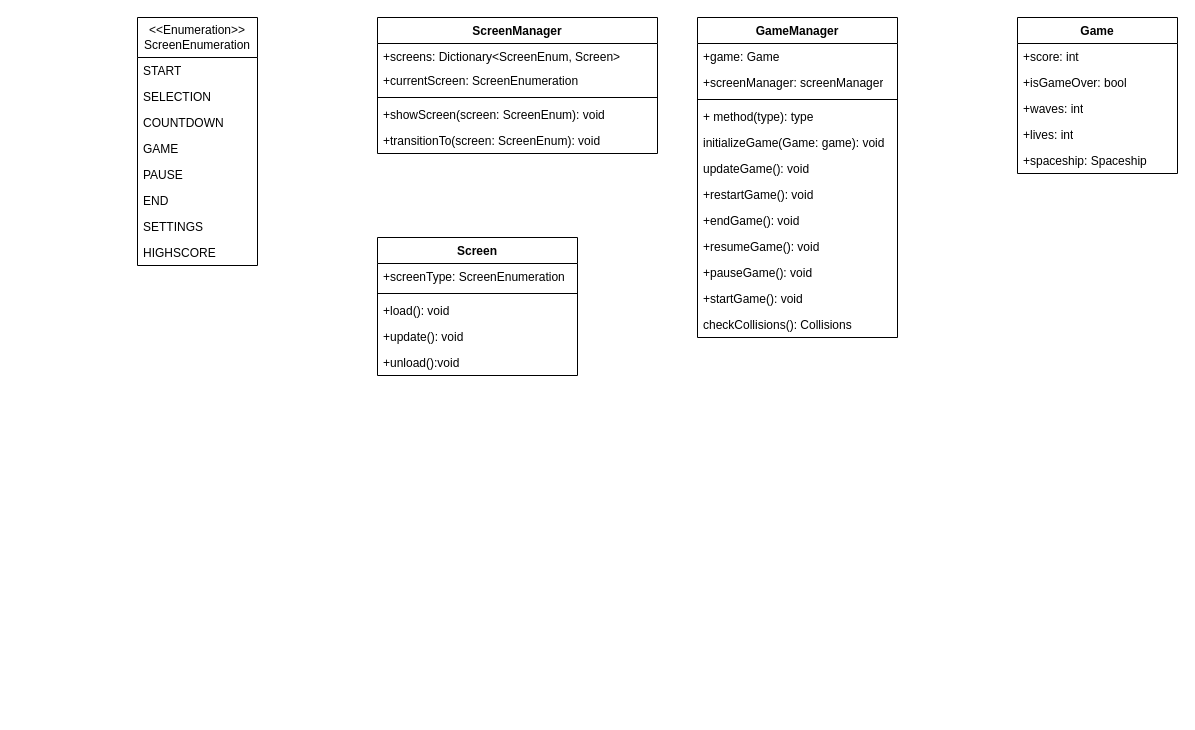
Before: Klassendiagramm.drawio in JakobKrug/DrawIO, a draw.io diagram. Source tidied: cells renumbered, new cells numbered last; positions are measured from the earlier drawing's top-left corner, leaving out a move shared by most shapes. Both pictures are drawn from the tidied source at 100%, with x=0, y=0 at pixel (137, 17).
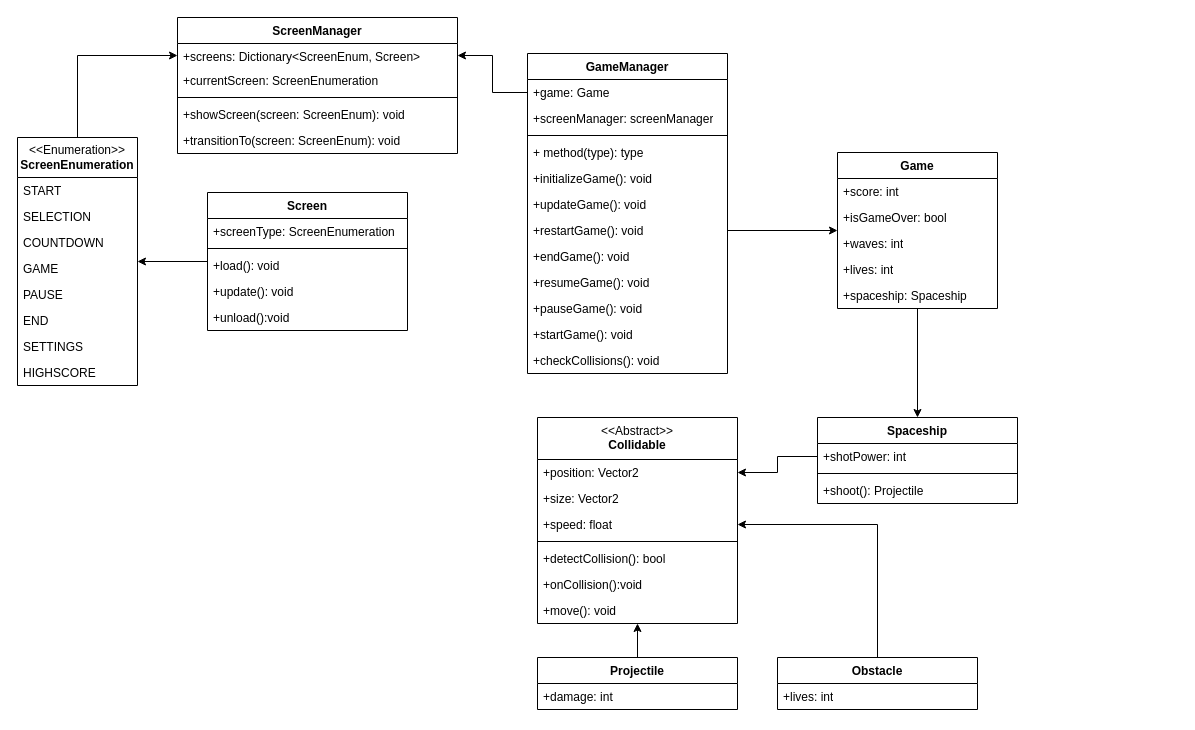
The same diagram, later.

The change refers to these unchanged cells:
```xml
<mxCell id="9" value="+screens: Dictionary&amp;lt;ScreenEnum, Screen&amp;gt;" style="text;strokeColor=none;fillColor=none;align=left;verticalAlign=top;spacingLeft=4;spacingRight=4;overflow=hidden;points=[[0,0.5],[1,0.5]];portConstraint=eastwest;whiteSpace=wrap;html=1;" parent="8" vertex="1">
  <mxGeometry y="26" width="280" height="24" as="geometry" />
</mxCell>
<mxCell id="24" value="+game: Game" style="text;strokeColor=none;fillColor=none;align=left;verticalAlign=top;spacingLeft=4;spacingRight=4;overflow=hidden;points=[[0,0.5],[1,0.5]];portConstraint=eastwest;whiteSpace=wrap;html=1;" parent="23" vertex="1">
  <mxGeometry y="26" width="200" height="26" as="geometry" />
</mxCell>
<mxCell id="30" value="+restartGame(): void" style="text;strokeColor=none;fillColor=none;align=left;verticalAlign=top;spacingLeft=4;spacingRight=4;overflow=hidden;points=[[0,0.5],[1,0.5]];portConstraint=eastwest;whiteSpace=wrap;html=1;" parent="23" vertex="1">
  <mxGeometry y="164" width="200" height="26" as="geometry" />
</mxCell>
```

Diff of the diagram source:
```diff
@@
+    <mxCell id="42" style="edgeStyle=orthogonalEdgeStyle;rounded=0;jettySize=auto;html=1;entryX=0.5;entryY=0;entryDx=0;entryDy=0;" parent="1" edge="1" source="2" target="53">
+      <mxGeometry relative="1" as="geometry" />
+    </mxCell>
     <mxCell id="2" value="Game" style="swimlane;fontStyle=1;align=center;verticalAlign=top;horizontal=1;startSize=26;whiteSpace=wrap;html=1;" parent="1" vertex="1">
-      <mxGeometry x="880" width="160" height="156" as="geometry" />
+      <mxGeometry x="700" y="135" width="160" height="156" as="geometry" />
     </mxCell>
@@
     <mxCell id="8" value="ScreenManager" style="swimlane;fontStyle=1;align=center;verticalAlign=top;horizontal=1;startSize=26;whiteSpace=wrap;html=1;" parent="1" vertex="1">
-      <mxGeometry x="240" width="280" height="136" as="geometry" />
+      <mxGeometry x="40" width="280" height="136" as="geometry" />
     </mxCell>
@@
+    <mxCell id="43" style="edgeStyle=orthogonalEdgeStyle;rounded=0;jettySize=auto;html=1;entryX=0;entryY=0.5;entryDx=0;entryDy=0;" parent="1" edge="1" source="14" target="9">
+      <mxGeometry relative="1" as="geometry" />
+    </mxCell>
-    <mxCell id="14" value="&lt;div&gt;&amp;lt;&amp;lt;Enumeration&amp;gt;&amp;gt;&lt;/div&gt;&lt;div&gt;ScreenEnumeration&lt;/div&gt;" style="swimlane;fontStyle=0;horizontal=1;startSize=40;fillColor=none;whiteSpace=wrap;html=1;" parent="1" vertex="1">
-      <mxGeometry width="120" height="248" as="geometry" />
+    <mxCell id="14" value="&lt;div&gt;&amp;lt;&amp;lt;Enumeration&amp;gt;&amp;gt;&lt;/div&gt;&lt;div&gt;&lt;b&gt;ScreenEnumeration&lt;/b&gt;&lt;/div&gt;" style="swimlane;fontStyle=0;horizontal=1;startSize=40;fillColor=none;whiteSpace=wrap;html=1;" parent="1" vertex="1">
+      <mxGeometry x="-120" y="120" width="120" height="248" as="geometry" />
     </mxCell>
@@
     <mxCell id="23" value="GameManager" style="swimlane;fontStyle=1;align=center;verticalAlign=top;horizontal=1;startSize=26;whiteSpace=wrap;html=1;" parent="1" vertex="1">
-      <mxGeometry x="560" width="200" height="320" as="geometry" />
+      <mxGeometry x="390" y="36" width="200" height="320" as="geometry" />
     </mxCell>
@@
-    <mxCell id="28" value="initializeGame(Game: game): void" style="text;strokeColor=none;fillColor=none;align=left;verticalAlign=top;spacingLeft=4;spacingRight=4;overflow=hidden;whiteSpace=wrap;html=1;" parent="23" vertex="1">
+    <mxCell id="28" value="+initializeGame(): void" style="text;strokeColor=none;fillColor=none;align=left;verticalAlign=top;spacingLeft=4;spacingRight=4;overflow=hidden;whiteSpace=wrap;html=1;" parent="23" vertex="1">
       <mxGeometry y="112" width="200" height="26" as="geometry" />
     </mxCell>
-    <mxCell id="29" value="updateGame(): void" style="text;strokeColor=none;fillColor=none;align=left;verticalAlign=top;spacingLeft=4;spacingRight=4;overflow=hidden;whiteSpace=wrap;html=1;" parent="23" vertex="1">
+    <mxCell id="29" value="+updateGame(): void" style="text;strokeColor=none;fillColor=none;align=left;verticalAlign=top;spacingLeft=4;spacingRight=4;overflow=hidden;whiteSpace=wrap;html=1;" parent="23" vertex="1">
       <mxGeometry y="138" width="200" height="26" as="geometry" />
     </mxCell>
@@
-    <mxCell id="35" value="checkCollisions(): Collisions" style="text;strokeColor=none;fillColor=none;align=left;verticalAlign=top;spacingLeft=4;spacingRight=4;overflow=hidden;whiteSpace=wrap;html=1;" parent="23" vertex="1">
+    <mxCell id="35" value="+checkCollisions(): void" style="text;strokeColor=none;fillColor=none;align=left;verticalAlign=top;spacingLeft=4;spacingRight=4;overflow=hidden;whiteSpace=wrap;html=1;" parent="23" vertex="1">
       <mxGeometry y="294" width="200" height="26" as="geometry" />
     </mxCell>
+    <mxCell id="44" style="edgeStyle=orthogonalEdgeStyle;rounded=0;jettySize=auto;html=1;" parent="1" edge="1" source="36" target="14">
+      <mxGeometry relative="1" as="geometry" />
+    </mxCell>
     <mxCell id="36" value="Screen" style="swimlane;fontStyle=1;align=center;verticalAlign=top;horizontal=1;startSize=26;whiteSpace=wrap;html=1;" parent="1" vertex="1">
-      <mxGeometry x="240" y="220" width="200" height="138" as="geometry" />
+      <mxGeometry x="70" y="175" width="200" height="138" as="geometry" />
     </mxCell>
@@
+    <mxCell id="45" value="&lt;div&gt;&lt;span style=&quot;font-weight: normal;&quot;&gt;&amp;lt;&amp;lt;Abstract&amp;gt;&amp;gt;&lt;/span&gt;&lt;/div&gt;&lt;div&gt;Collidable&lt;br&gt;&lt;/div&gt;" style="swimlane;fontStyle=1;align=center;verticalAlign=top;horizontal=1;startSize=42;whiteSpace=wrap;html=1;" parent="1" vertex="1">
+      <mxGeometry x="400" y="400" width="200" height="206" as="geometry" />
+    </mxCell>
+    <mxCell id="46" value="+position: Vector2" style="text;strokeColor=none;fillColor=none;align=left;verticalAlign=top;spacingLeft=4;spacingRight=4;overflow=hidden;points=[[0,0.5],[1,0.5]];portConstraint=eastwest;whiteSpace=wrap;html=1;" parent="45" vertex="1">
+      <mxGeometry y="42" width="200" height="26" as="geometry" />
+    </mxCell>
+    <mxCell id="47" value="+size: Vector2" style="text;strokeColor=none;fillColor=none;align=left;verticalAlign=top;spacingLeft=4;spacingRight=4;overflow=hidden;whiteSpace=wrap;html=1;" parent="45" vertex="1">
+      <mxGeometry y="68" width="200" height="26" as="geometry" />
+    </mxCell>
+    <mxCell id="48" value="+speed: float" style="text;strokeColor=none;fillColor=none;align=left;verticalAlign=top;spacingLeft=4;spacingRight=4;overflow=hidden;points=[[0,0.5],[1,0.5]];portConstraint=eastwest;whiteSpace=wrap;html=1;" parent="45" vertex="1">
+      <mxGeometry y="94" width="200" height="26" as="geometry" />
+    </mxCell>
+    <mxCell id="49" style="line;strokeWidth=1;fillColor=none;align=left;verticalAlign=middle;spacingTop=-1;spacingLeft=3;spacingRight=3;labelPosition=right;strokeColor=inherit;" parent="45" vertex="1">
+      <mxGeometry y="120" width="200" height="8" as="geometry" />
+    </mxCell>
+    <mxCell id="50" value="+detectCollision(): bool" style="text;strokeColor=none;fillColor=none;align=left;verticalAlign=top;spacingLeft=4;spacingRight=4;overflow=hidden;whiteSpace=wrap;html=1;" parent="45" vertex="1">
+      <mxGeometry y="128" width="200" height="26" as="geometry" />
+    </mxCell>
+    <mxCell id="51" value="+onCollision():void" style="text;strokeColor=none;fillColor=none;align=left;verticalAlign=top;spacingLeft=4;spacingRight=4;overflow=hidden;whiteSpace=wrap;html=1;" parent="45" vertex="1">
+      <mxGeometry y="154" width="200" height="26" as="geometry" />
+    </mxCell>
+    <mxCell id="52" value="+move(): void" style="text;strokeColor=none;fillColor=none;align=left;verticalAlign=top;spacingLeft=4;spacingRight=4;overflow=hidden;whiteSpace=wrap;html=1;" parent="45" vertex="1">
+      <mxGeometry y="180" width="200" height="26" as="geometry" />
+    </mxCell>
+    <mxCell id="53" value="Spaceship" style="swimlane;fontStyle=1;align=center;verticalAlign=top;horizontal=1;startSize=26;whiteSpace=wrap;html=1;" parent="1" vertex="1">
+      <mxGeometry x="680" y="400" width="200" height="86" as="geometry" />
+    </mxCell>
+    <mxCell id="54" value="+shotPower: int" style="text;strokeColor=none;fillColor=none;align=left;verticalAlign=top;spacingLeft=4;spacingRight=4;overflow=hidden;points=[[0,0.5],[1,0.5]];portConstraint=eastwest;whiteSpace=wrap;html=1;" parent="53" vertex="1">
+      <mxGeometry y="26" width="200" height="26" as="geometry" />
+    </mxCell>
+    <mxCell id="55" style="line;strokeWidth=1;fillColor=none;align=left;verticalAlign=middle;spacingTop=-1;spacingLeft=3;spacingRight=3;labelPosition=right;strokeColor=inherit;" parent="53" vertex="1">
+      <mxGeometry y="52" width="200" height="8" as="geometry" />
+    </mxCell>
+    <mxCell id="56" value="+shoot(): Projectile" style="text;strokeColor=none;fillColor=none;align=left;verticalAlign=top;spacingLeft=4;spacingRight=4;overflow=hidden;whiteSpace=wrap;html=1;" parent="53" vertex="1">
+      <mxGeometry y="60" width="200" height="26" as="geometry" />
+    </mxCell>
+    <mxCell id="57" style="edgeStyle=orthogonalEdgeStyle;rounded=0;jettySize=auto;html=1;exitX=0.5;exitY=0;exitDx=0;exitDy=0;entryX=0.5;entryY=1;entryDx=0;entryDy=0;" parent="1" edge="1" source="58" target="45">
+      <mxGeometry relative="1" as="geometry" />
+    </mxCell>
+    <mxCell id="58" value="Projectile" style="swimlane;fontStyle=1;align=center;verticalAlign=top;horizontal=1;startSize=26;whiteSpace=wrap;html=1;" parent="1" vertex="1">
+      <mxGeometry x="400" y="640" width="200" height="52" as="geometry" />
+    </mxCell>
+    <mxCell id="59" value="+damage: int" style="text;strokeColor=none;fillColor=none;align=left;verticalAlign=top;spacingLeft=4;spacingRight=4;overflow=hidden;whiteSpace=wrap;html=1;" parent="58" vertex="1">
+      <mxGeometry y="26" width="200" height="26" as="geometry" />
+    </mxCell>
+    <mxCell id="60" style="edgeStyle=orthogonalEdgeStyle;rounded=0;jettySize=auto;html=1;exitX=0.5;exitY=0;exitDx=0;exitDy=0;entryX=1;entryY=0.5;entryDx=0;entryDy=0;" parent="1" edge="1" source="61" target="48">
+      <mxGeometry relative="1" as="geometry" />
+    </mxCell>
+    <mxCell id="61" value="Obstacle" style="swimlane;fontStyle=1;align=center;verticalAlign=top;horizontal=1;startSize=26;whiteSpace=wrap;html=1;" parent="1" vertex="1">
+      <mxGeometry x="640" y="640" width="200" height="52" as="geometry" />
+    </mxCell>
+    <mxCell id="62" value="+lives: int" style="text;strokeColor=none;fillColor=none;align=left;verticalAlign=top;spacingLeft=4;spacingRight=4;overflow=hidden;whiteSpace=wrap;html=1;" parent="61" vertex="1">
+      <mxGeometry y="26" width="200" height="26" as="geometry" />
+    </mxCell>
+    <mxCell id="63" style="edgeStyle=orthogonalEdgeStyle;rounded=0;jettySize=auto;html=1;entryX=1;entryY=0.5;entryDx=0;entryDy=0;" parent="1" edge="1" source="24" target="9">
+      <mxGeometry relative="1" as="geometry" />
+    </mxCell>
+    <mxCell id="64" style="edgeStyle=orthogonalEdgeStyle;rounded=0;jettySize=auto;html=1;exitX=1;exitY=0.5;exitDx=0;exitDy=0;" parent="1" edge="1" source="30" target="2">
+      <mxGeometry relative="1" as="geometry" />
+    </mxCell>
+    <mxCell id="65" style="edgeStyle=orthogonalEdgeStyle;rounded=0;jettySize=auto;html=1;exitX=0;exitY=0.5;exitDx=0;exitDy=0;entryX=1;entryY=0.5;entryDx=0;entryDy=0;" parent="1" edge="1" source="54" target="46">
+      <mxGeometry relative="1" as="geometry" />
+    </mxCell>
```
